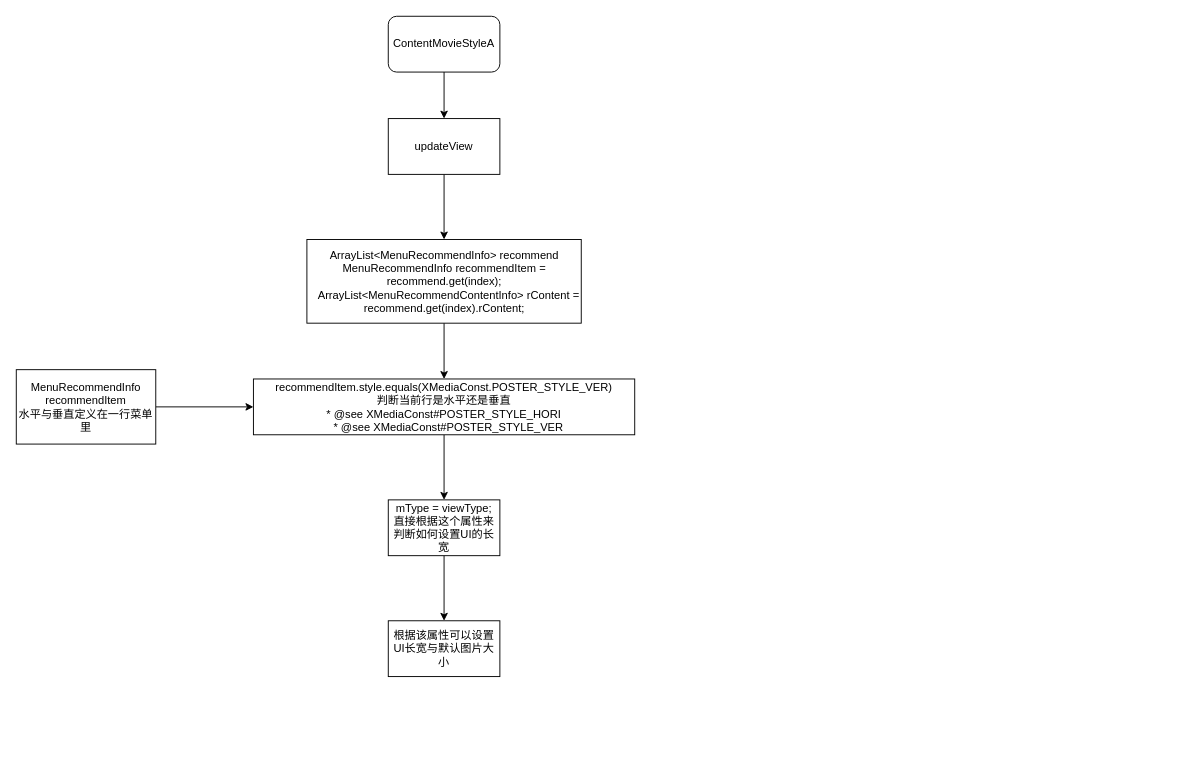
This is XMediaTv_Dynamic_UI.drawio from honghonglhh2018/ThinkingFlowChart, a draw.io file, before an edit. Source tidied: cells renumbered, new cells numbered last; positions are measured from the earlier drawing's top-left corner, leaving out a move shared by most shapes. Both pictures are drawn from the tidied source at 93%, with x=0, y=0 at pixel (16, 16).
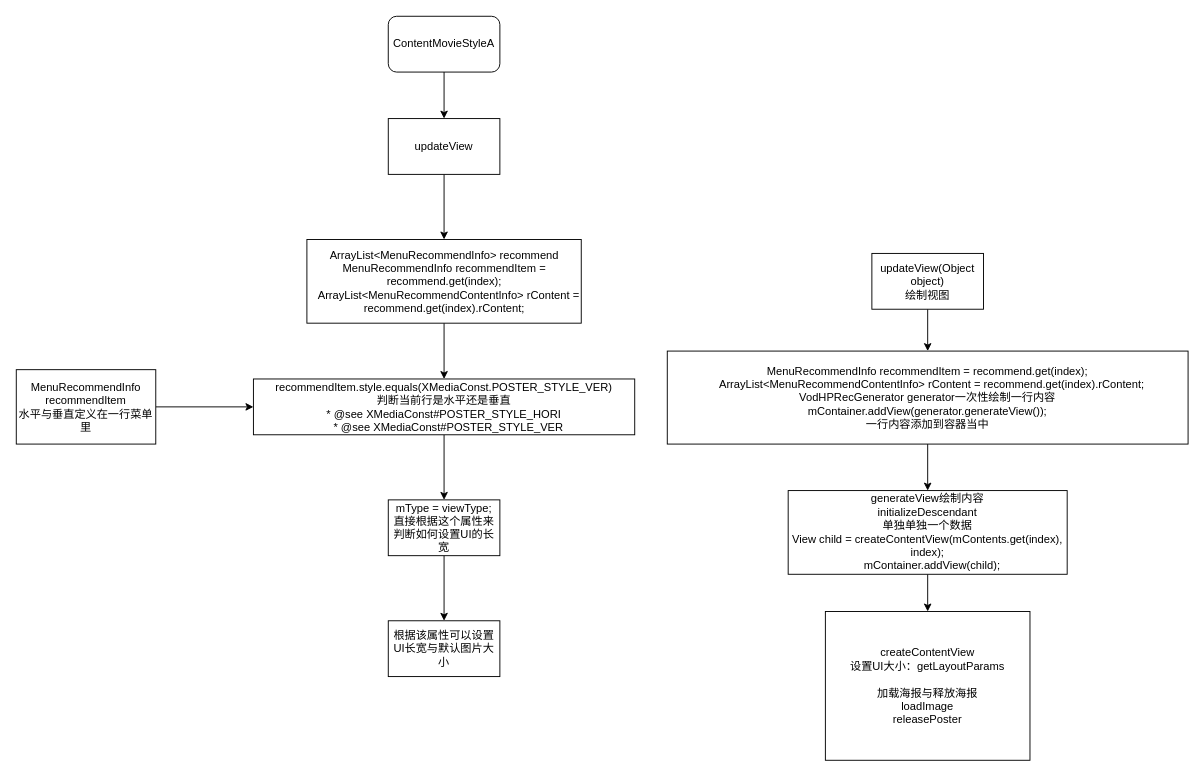
Above is the later version.

Commit message:
新增UI修改逻辑

Diff of the diagram source:
```diff
@@
+    <mxCell id="15" style="edgeStyle=orthogonalEdgeStyle;rounded=0;jettySize=auto;html=1;" parent="1" edge="1" source="16" target="18">
+      <mxGeometry relative="1" as="geometry" />
+    </mxCell>
+    <mxCell id="16" value="updateView(Object object)&lt;br&gt;绘制视图" style="rounded=0;whiteSpace=wrap;html=1;" parent="1" vertex="1">
+      <mxGeometry x="920" y="255" width="120" height="60" as="geometry" />
+    </mxCell>
+    <mxCell id="17" style="edgeStyle=orthogonalEdgeStyle;rounded=0;jettySize=auto;html=1;" parent="1" edge="1" source="18" target="20">
+      <mxGeometry relative="1" as="geometry" />
+    </mxCell>
+    <mxCell id="18" value="&lt;div&gt;MenuRecommendInfo recommendItem = recommend.get(index);&lt;/div&gt;&lt;div&gt;&lt;span style=&quot;white-space: pre&quot;&gt;   &lt;/span&gt;ArrayList&amp;lt;MenuRecommendContentInfo&amp;gt; rContent = recommend.get(index).rContent;&lt;br&gt;VodHPRecGenerator generator一次性绘制一行内容&lt;br&gt;mContainer.addView(generator.generateView());&lt;br&gt;一行内容添加到容器当中&lt;/div&gt;" style="rounded=0;whiteSpace=wrap;html=1;" parent="1" vertex="1">
+      <mxGeometry x="700" y="360" width="560" height="100" as="geometry" />
+    </mxCell>
+    <mxCell id="19" style="edgeStyle=orthogonalEdgeStyle;rounded=0;jettySize=auto;html=1;" parent="1" edge="1" source="20" target="21">
+      <mxGeometry relative="1" as="geometry" />
+    </mxCell>
+    <mxCell id="20" value="generateView绘制内容&lt;br&gt;initializeDescendant&lt;br&gt;&lt;div&gt;单独单独一个数据&lt;br&gt;View child = createContentView(mContents.get(index), index);&lt;/div&gt;&lt;div&gt;&lt;span style=&quot;white-space: pre&quot;&gt;   &lt;/span&gt;mContainer.addView(child);&lt;/div&gt;" style="rounded=0;whiteSpace=wrap;html=1;" parent="1" vertex="1">
+      <mxGeometry x="830" y="510" width="300" height="90" as="geometry" />
+    </mxCell>
+    <mxCell id="21" value="createContentView&lt;br&gt;设置UI大小：getLayoutParams&lt;br&gt;&lt;br&gt;&lt;div&gt;加载海报与释放海报&lt;br&gt;loadImage&lt;br&gt;releasePoster&lt;br&gt;&lt;/div&gt;" style="rounded=0;whiteSpace=wrap;html=1;" parent="1" vertex="1">
+      <mxGeometry x="870" y="640" width="220" height="160" as="geometry" />
+    </mxCell>
```
